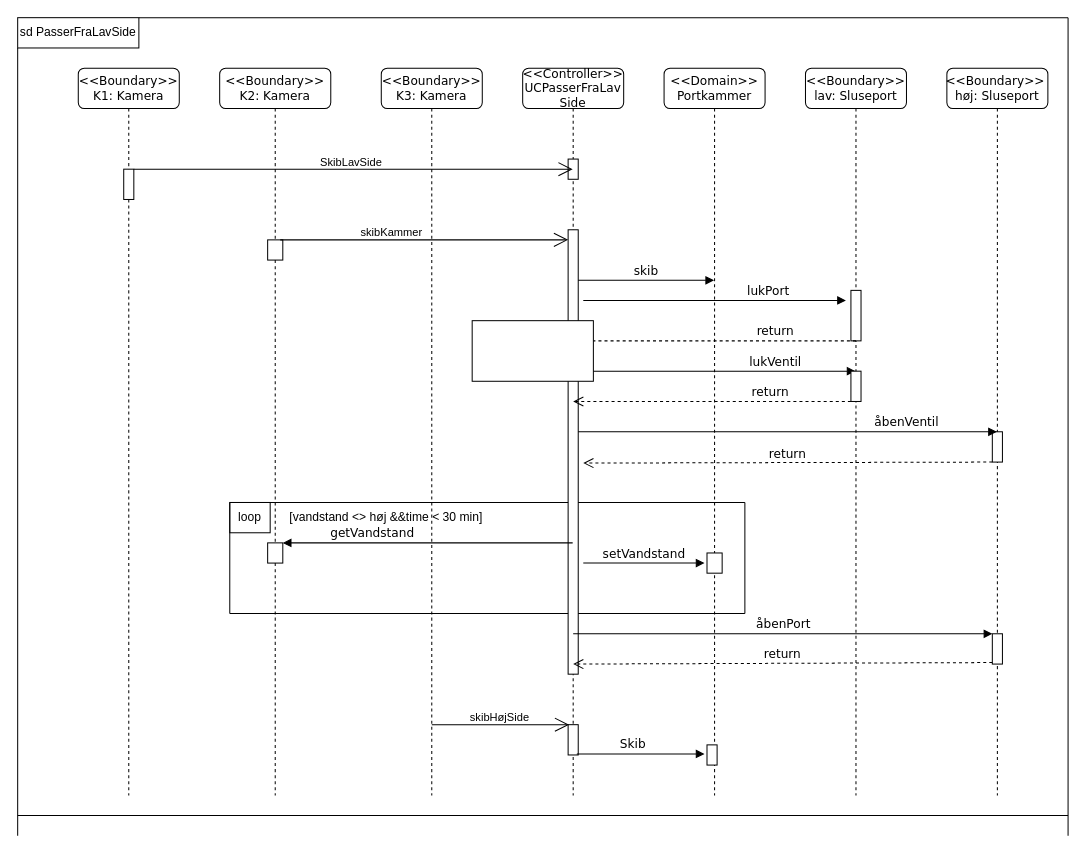
This is Unavngivet diagram.drawio from Laurapav1/GitLecture, a draw.io file, before an edit. Source tidied: cells renumbered, new cells numbered last; positions are measured from the earlier drawing's top-left corner, leaving out a move shared by most shapes. Both pictures are drawn from the tidied source at 101%, with x=0, y=0 at pixel (17, 17).
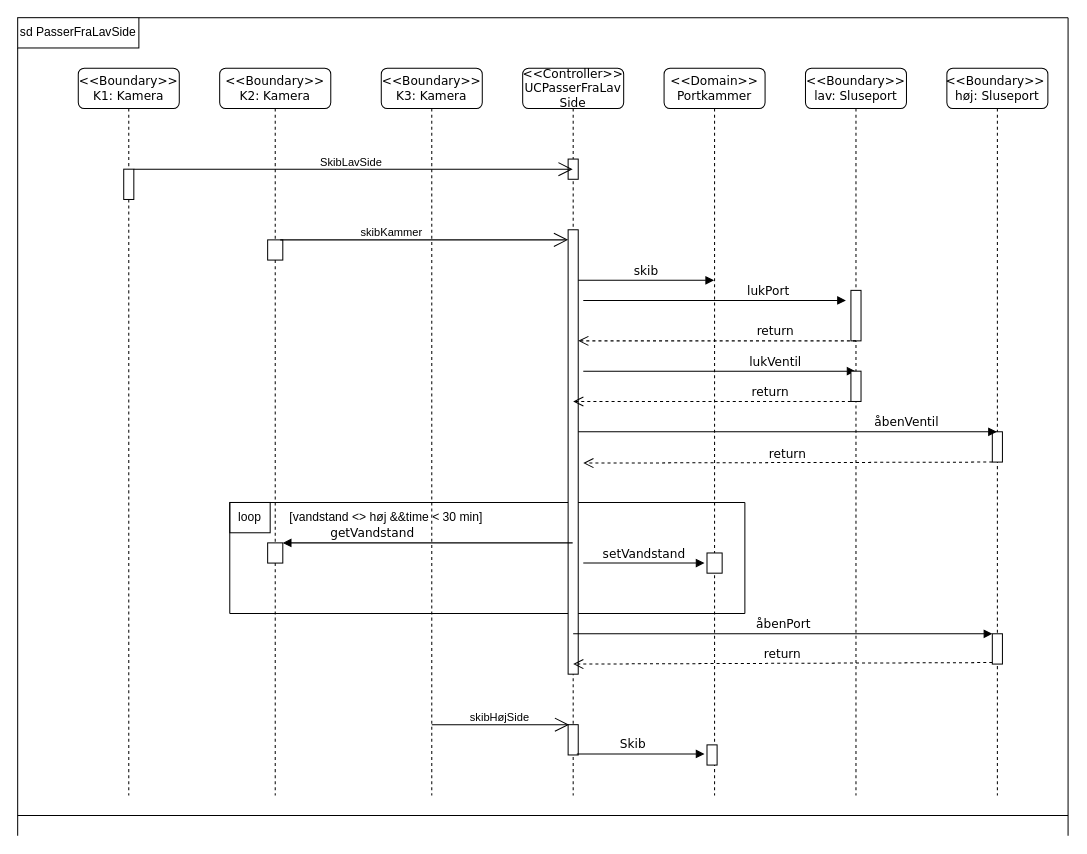
Above is the later version.

What changed in the source:
```diff
@@
-    <mxCell id="42" style="rounded=0;whiteSpace=wrap;html=1;" parent="1" vertex="1">
-      <mxGeometry x="450" y="300" width="120" height="60" as="geometry" />
-    </mxCell>
```
